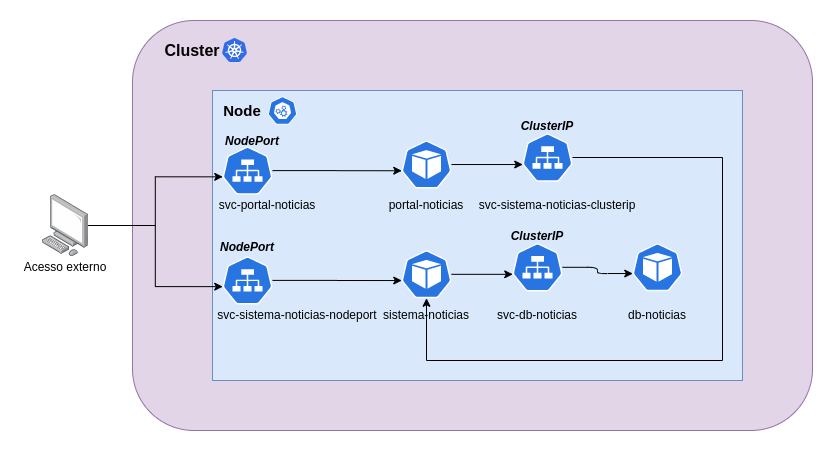
Before: News_project_architecture.png, a diagram exported from draw.io (jonathanmdr/kubernetes). Source tidied: cells renumbered, new cells last; positions are measured from the earlier drawing's top-left corner, leaving out a move shared by most shapes.
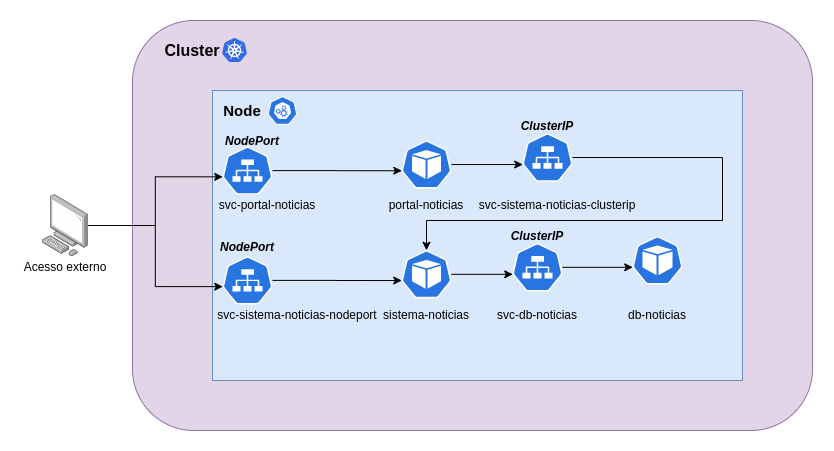
Later version of the same file.

Commit message:
imagem atualizada da arquitetura pos implementaçao de novo clusterIP

What changed in the source:
```diff
@@ -71,7 +71,7 @@
     <mxCell id="24" style="html=1;dashed=0;whitespace=wrap;fillColor=#2875E2;strokeColor=#ffffff;points=[[0.005,0.63,0],[0.1,0.2,0],[0.9,0.2,0],[0.5,0,0],[0.995,0.63,0],[0.72,0.99,0],[0.5,1,0],[0.28,0.99,0]];shape=mxgraph.kubernetes.icon;prIcon=pod;" parent="1" vertex="1">
       <mxGeometry x="381" y="229.8" width="50" height="48" as="geometry" />
     </mxCell>
-    <mxCell id="25" style="edgeStyle=orthogonalEdgeStyle;jettySize=auto;html=1;entryX=0.005;entryY=0.63;entryDx=0;entryDy=0;entryPerimeter=0;rounded=1;" parent="1" edge="1" source="26" target="29">
+    <mxCell id="25" style="edgeStyle=orthogonalEdgeStyle;jettySize=auto;html=1;entryX=0.005;entryY=0.63;entryDx=0;entryDy=0;entryPerimeter=0;rounded=0;" parent="1" edge="1" source="26" target="29">
       <mxGeometry relative="1" as="geometry" />
     </mxCell>
     <mxCell id="26" style="html=1;dashed=0;whitespace=wrap;fillColor=#2875E2;strokeColor=#ffffff;points=[[0.005,0.63,0],[0.1,0.2,0],[0.9,0.2,0],[0.5,0,0],[0.995,0.63,0],[0.72,0.99,0],[0.5,1,0],[0.28,0.99,0]];shape=mxgraph.kubernetes.icon;prIcon=svc;" parent="1" vertex="1">
@@ -84,17 +84,17 @@
       <mxGeometry x="497" y="205" width="40" height="20" as="geometry" />
     </mxCell>
     <mxCell id="29" style="html=1;dashed=0;whitespace=wrap;fillColor=#2875E2;strokeColor=#ffffff;points=[[0.005,0.63,0],[0.1,0.2,0],[0.9,0.2,0],[0.5,0,0],[0.995,0.63,0],[0.72,0.99,0],[0.5,1,0],[0.28,0.99,0]];shape=mxgraph.kubernetes.icon;prIcon=pod;" parent="1" vertex="1">
-      <mxGeometry x="612" y="222.8" width="50" height="48" as="geometry" />
+      <mxGeometry x="612" y="212.8" width="50" height="54" as="geometry" />
     </mxCell>
     <mxCell id="30" value="db-noticias" style="text;html=1;strokeColor=none;fillColor=none;align=center;verticalAlign=middle;whiteSpace=wrap;rounded=0;" parent="1" vertex="1">
       <mxGeometry x="602" y="283.9" width="70" height="20" as="geometry" />
     </mxCell>
-    <mxCell id="31" style="edgeStyle=orthogonalEdgeStyle;rounded=0;jettySize=auto;html=1;entryX=0.5;entryY=1;entryDx=0;entryDy=0;entryPerimeter=0;" parent="1" edge="1" source="32" target="24">
+    <mxCell id="31" style="edgeStyle=orthogonalEdgeStyle;rounded=0;jettySize=auto;html=1;entryX=0.5;entryY=0;entryDx=0;entryDy=0;entryPerimeter=0;" parent="1" edge="1" source="32" target="24">
       <mxGeometry relative="1" as="geometry">
         <Array as="points">
           <mxPoint x="702" y="137" />
-          <mxPoint x="702" y="340" />
-          <mxPoint x="406" y="340" />
+          <mxPoint x="702" y="200" />
+          <mxPoint x="406" y="200" />
         </Array>
       </mxGeometry>
     </mxCell>
```
